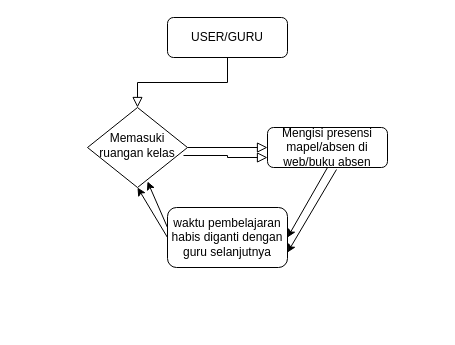
The draw.io diagram page "Page-1" (1 of 2) of presensi mapel.drawio in EgaSuzana/Presensi_mapel, before the edit. Source tidied: cells renumbered, new cells numbered last; positions are measured from the earlier drawing's top-left corner, leaving out a move shared by most shapes. Both pictures are drawn from the tidied source at 100%, with x=0, y=0 at pixel (87, 17).
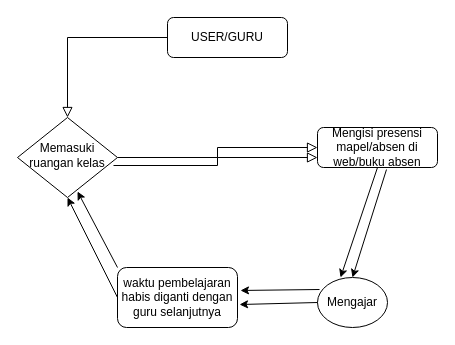
After the change.

Diff of the diagram source:
```diff
@@
 <mxGraphModel>
   <root>
     <mxCell id="0" />
     <mxCell id="1" parent="0" />
     <mxCell id="2" style="rounded=0;html=1;jettySize=auto;fontSize=11;endArrow=block;endFill=0;endSize=8;strokeWidth=1;shadow=0;labelBackgroundColor=none;edgeStyle=orthogonalEdgeStyle;" parent="1" edge="1" source="3" target="5">
       <mxGeometry relative="1" as="geometry" />
     </mxCell>
     <mxCell id="3" value="USER/GURU" style="rounded=1;whiteSpace=wrap;html=1;fontSize=12;glass=0;strokeWidth=1;shadow=0;" parent="1" vertex="1">
       <mxGeometry x="80" width="120" height="40" as="geometry" />
     </mxCell>
     <mxCell id="4" style="edgeStyle=orthogonalEdgeStyle;rounded=0;html=1;jettySize=auto;fontSize=11;endArrow=block;endFill=0;endSize=8;strokeWidth=1;shadow=0;labelBackgroundColor=none;" parent="1" edge="1" source="5" target="6">
       <mxGeometry y="10" relative="1" as="geometry" />
     </mxCell>
     <mxCell id="5" value="Memasuki ruangan kelas" style="rhombus;whiteSpace=wrap;html=1;shadow=0;fontFamily=Helvetica;fontSize=12;align=center;strokeWidth=1;spacing=6;spacingTop=-4;" parent="1" vertex="1">
-      <mxGeometry y="90" width="100" height="80" as="geometry" />
+      <mxGeometry x="-70" y="100" width="100" height="80" as="geometry" />
     </mxCell>
     <mxCell id="6" value="Mengisi presensi mapel/absen di web/buku absen" style="rounded=1;whiteSpace=wrap;html=1;fontSize=12;glass=0;strokeWidth=1;shadow=0;" parent="1" vertex="1">
-      <mxGeometry x="180" y="110" width="120" height="40" as="geometry" />
+      <mxGeometry x="230" y="110" width="120" height="40" as="geometry" />
     </mxCell>
-    <mxCell id="7" style="endArrow=classic;html=1;rounded=0;exitX=0.5;exitY=1;exitDx=0;exitDy=0;entryX=1;entryY=0.5;entryDx=0;entryDy=0;" parent="1" edge="1" source="6" target="8">
+    <mxCell id="7" style="endArrow=classic;html=1;rounded=0;exitX=0.5;exitY=1;exitDx=0;exitDy=0;entryX=0.329;entryY=0;entryDx=0;entryDy=0;entryPerimeter=0;" parent="1" edge="1" source="6" target="13">
       <mxGeometry relative="1" as="geometry" />
     </mxCell>
     <mxCell id="8" value="waktu pembelajaran habis diganti dengan guru selanjutnya" style="rounded=1;whiteSpace=wrap;html=1;" parent="1" vertex="1">
-      <mxGeometry x="80" y="190" width="120" height="60" as="geometry" />
+      <mxGeometry x="30" y="250" width="120" height="60" as="geometry" />
     </mxCell>
     <mxCell id="9" style="endArrow=classic;html=1;rounded=0;entryX=0.5;entryY=1;entryDx=0;entryDy=0;exitX=0;exitY=0.5;exitDx=0;exitDy=0;" parent="1" edge="1" source="8" target="5">
       <mxGeometry relative="1" as="geometry" />
     </mxCell>
     <mxCell id="10" style="edgeStyle=orthogonalEdgeStyle;rounded=0;html=1;jettySize=auto;fontSize=11;endArrow=block;endFill=0;endSize=8;strokeWidth=1;shadow=0;labelBackgroundColor=none;exitX=0.96;exitY=0.6;exitDx=0;exitDy=0;exitPerimeter=0;entryX=0;entryY=0.75;entryDx=0;entryDy=0;" parent="1" edge="1" source="5" target="6">
       <mxGeometry y="10" relative="1" as="geometry" />
     </mxCell>
-    <mxCell id="11" style="endArrow=classic;html=1;rounded=0;exitX=0.575;exitY=1.05;exitDx=0;exitDy=0;entryX=1;entryY=0.75;entryDx=0;entryDy=0;exitPerimeter=0;" parent="1" edge="1" source="6" target="8">
+    <mxCell id="11" style="endArrow=classic;html=1;rounded=0;exitX=0.575;exitY=1.05;exitDx=0;exitDy=0;entryX=0.5;entryY=0;entryDx=0;entryDy=0;exitPerimeter=0;" parent="1" edge="1" source="6" target="13">
       <mxGeometry relative="1" as="geometry" />
     </mxCell>
-    <mxCell id="12" style="endArrow=classic;html=1;rounded=0;entryX=0.6;entryY=0.925;entryDx=0;entryDy=0;entryPerimeter=0;" parent="1" edge="1" target="5">
-      <mxGeometry relative="1" as="geometry">
-        <mxPoint x="80" y="210" as="sourcePoint" />
-      </mxGeometry>
+    <mxCell id="12" style="endArrow=classic;html=1;rounded=0;entryX=0.6;entryY=0.925;entryDx=0;entryDy=0;entryPerimeter=0;exitX=0;exitY=0;exitDx=0;exitDy=0;" parent="1" edge="1" source="8" target="5">
+      <mxGeometry relative="1" as="geometry" />
     </mxCell>
+    <mxCell id="13" value="Mengajar" style="ellipse;whiteSpace=wrap;html=1;" parent="1" vertex="1">
+      <mxGeometry x="230" y="260" width="70" height="50" as="geometry" />
+    </mxCell>
+    <mxCell id="14" style="endArrow=classic;html=1;rounded=0;entryX=1.025;entryY=0.383;entryDx=0;entryDy=0;entryPerimeter=0;exitX=0.029;exitY=0.24;exitDx=0;exitDy=0;exitPerimeter=0;" parent="1" edge="1" source="13" target="8">
+      <mxGeometry relative="1" as="geometry" />
+    </mxCell>
+    <mxCell id="15" style="endArrow=classic;html=1;rounded=0;entryX=1.017;entryY=0.617;entryDx=0;entryDy=0;exitX=0;exitY=0.5;exitDx=0;exitDy=0;entryPerimeter=0;" parent="1" edge="1" source="13" target="8">
+      <mxGeometry relative="1" as="geometry" />
+    </mxCell>
   </root>
 </mxGraphModel>
```
